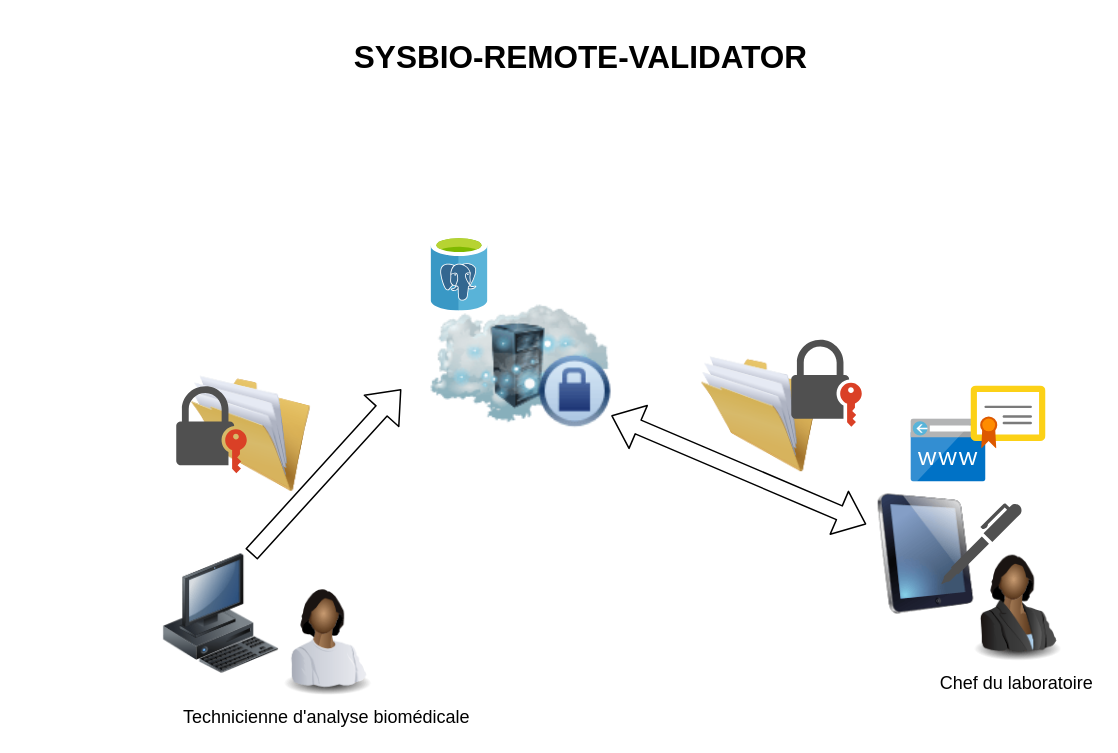
Before: page "SYSBIO-REMOTE" (1 of 3) of sysbio/sysbio.drawio in afrinnov/archi, a draw.io diagram. Source tidied: cells renumbered, new cells numbered last; positions are measured from the earlier drawing's top-left corner, leaving out a move shared by most shapes. Both pictures are drawn from the tidied source at 150%, with x=0, y=0 at pixel (70, 26).
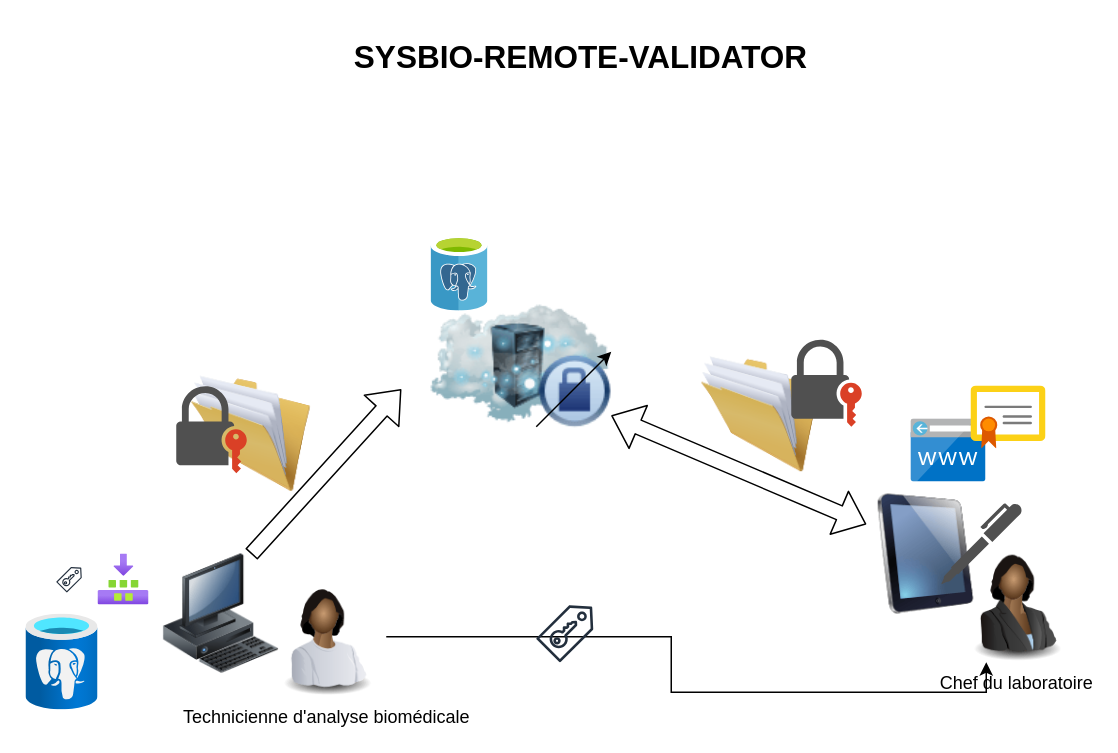
The same page after the edit.

The change refers to these unchanged cells:
```xml
<mxCell id="6" value="Chef du laboratoire" style="image;html=1;image=img/lib/clip_art/people/Suit_Woman_Black_128x128.png;" parent="1" vertex="1">
  <mxGeometry x="590" y="344" width="80" height="80" as="geometry" />
</mxCell>
<mxCell id="7" value="Technicienne d'analyse biomédicale&lt;br&gt;" style="image;html=1;image=img/lib/clip_art/people/Worker_Woman_Black_128x128.png;" parent="1" vertex="1">
  <mxGeometry x="130" y="367" width="80" height="80" as="geometry" />
</mxCell>
```

What changed in the source:
```diff
@@
+    <mxCell id="18" style="edgeStyle=orthogonalEdgeStyle;rounded=0;jettySize=auto;html=1;exitX=1;exitY=0.5;exitDx=0;exitDy=0;entryX=0.25;entryY=1;entryDx=0;entryDy=0;" parent="1" edge="1" source="7" target="6">
+      <mxGeometry relative="1" as="geometry" />
+    </mxCell>
@@
+    <mxCell id="19" style="sketch=0;fontColor=#232F3E;gradientColor=none;fillColor=#232F3D;strokeColor=none;dashed=0;verticalLabelPosition=bottom;verticalAlign=top;align=center;html=1;fontSize=12;fontStyle=0;shape=mxgraph.aws4.saml_token;" parent="1" vertex="1">
+      <mxGeometry x="310" y="386" width="38" height="38" as="geometry" />
+    </mxCell>
+    <mxCell id="20" style="endArrow=classic;html=1;rounded=0;" parent="1" edge="1">
+      <mxGeometry relative="1" as="geometry">
+        <mxPoint x="310" y="267" as="sourcePoint" />
+        <mxPoint x="360" y="217" as="targetPoint" />
+      </mxGeometry>
+    </mxCell>
+    <mxCell id="21" style="html=1;align=center;image;fontSize=12;image=img/lib/azure2/databases/Azure_Database_PostgreSQL_Server.svg;" parent="1" vertex="1">
+      <mxGeometry x="-30" y="392" width="48" height="64" as="geometry" />
+    </mxCell>
+    <mxCell id="22" style="html=1;align=center;image;fontSize=12;image=img/lib/azure2/general/Builds.svg;" parent="1" vertex="1">
+      <mxGeometry x="18" y="352" width="34" height="34" as="geometry" />
+    </mxCell>
+    <mxCell id="23" style="sketch=0;fontColor=#232F3E;gradientColor=none;fillColor=#232F3D;strokeColor=none;dashed=0;verticalLabelPosition=bottom;verticalAlign=top;align=center;html=1;fontSize=12;fontStyle=0;shape=mxgraph.aws4.saml_token;" parent="1" vertex="1">
+      <mxGeometry x="-10" y="360.5" width="17" height="17" as="geometry" />
+    </mxCell>
```
